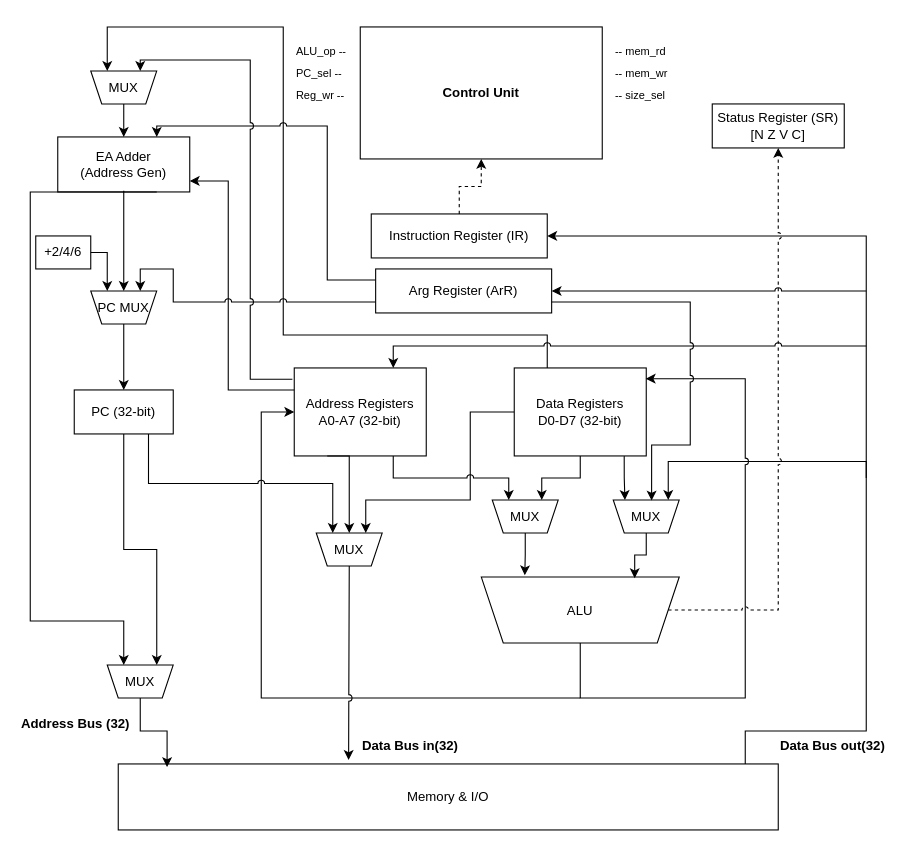
The draw.io diagram ak_lab_3_5_new_2.drawio in Dmitry-Kuzmin456/ak_lab3_scheme, before the edit. Source tidied: cells renumbered, new cells numbered last; positions are measured from the earlier drawing's top-left corner, leaving out a move shared by most shapes. Both pictures are drawn from the tidied source at 110%, with x=0, y=0 at pixel (19, 26).
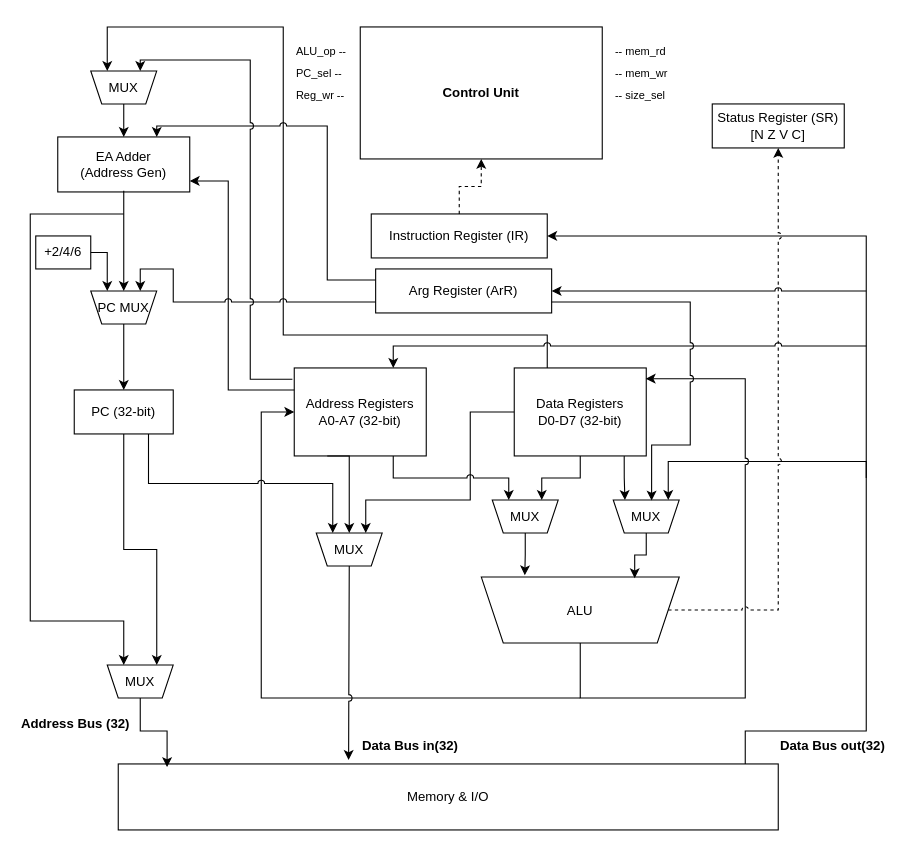
After the change.

Unchanged cells that the change refers to:
```xml
<mxCell id="16" value="EA Adder&lt;br&gt;(Address Gen)" style="rounded=0;whiteSpace=wrap;html=1;" parent="1" vertex="1">
  <mxGeometry x="35" y="100" width="120" height="50" as="geometry" />
</mxCell>
<mxCell id="42" value="MUX" style="shape=trapezoid;perimeter=trapezoidPerimeter;fixedSize=1;size=10;direction=west;" parent="1" vertex="1">
  <mxGeometry x="80" y="580" width="60" height="30" as="geometry" />
</mxCell>
```

Diff of the diagram source:
```diff
@@
-    <mxCell id="25" style="edgeStyle=orthogonalEdgeStyle;rounded=0;html=1;entryX=0.75;entryY=1;strokeWidth=1;entryDx=0;entryDy=0;jumpStyle=arc;exitX=0.75;exitY=1;exitDx=0;exitDy=0;" parent="1" edge="1" source="16" target="42">
+    <mxCell id="25" style="edgeStyle=orthogonalEdgeStyle;rounded=0;html=1;entryX=0.75;entryY=1;strokeWidth=1;entryDx=0;entryDy=0;jumpStyle=arc;" parent="1" edge="1" target="42">
       <mxGeometry relative="1" as="geometry">
+        <mxPoint x="95" y="170" as="sourcePoint" />
         <Array as="points">
-          <mxPoint x="10" y="150" />
+          <mxPoint x="10" y="170" />
           <mxPoint x="10" y="540" />
           <mxPoint x="95" y="540" />
         </Array>
       </mxGeometry>
     </mxCell>
```
